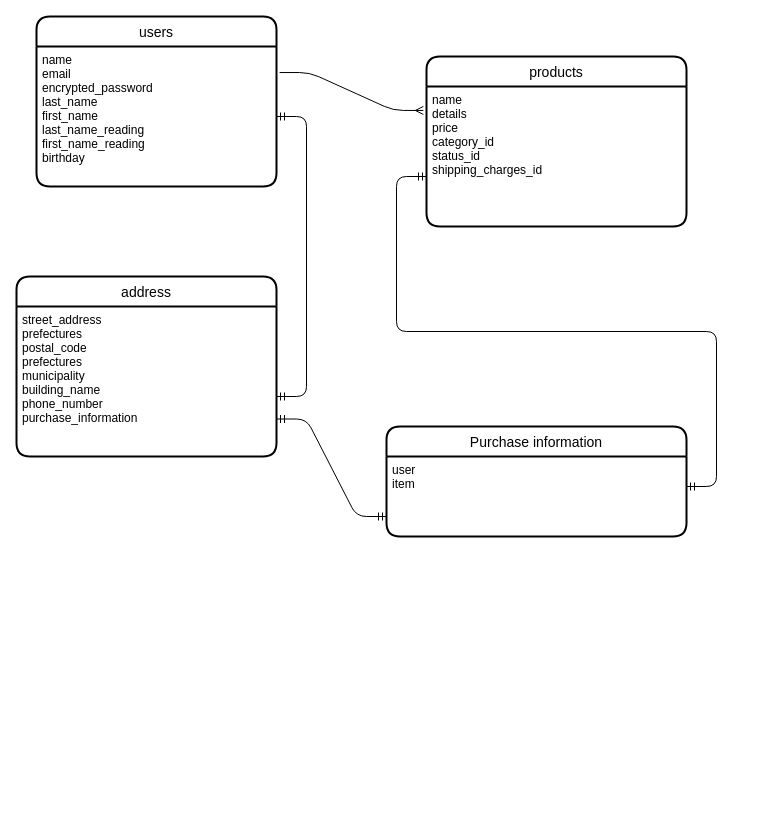
This is furima29603.dio from mugineko28/furima-29603, a draw.io file, before an edit. Source tidied: cells renumbered, new cells numbered last; positions are measured from the earlier drawing's top-left corner, leaving out a move shared by most shapes. Both pictures are drawn from the tidied source at 100%, with x=0, y=0 at pixel (16, 16).
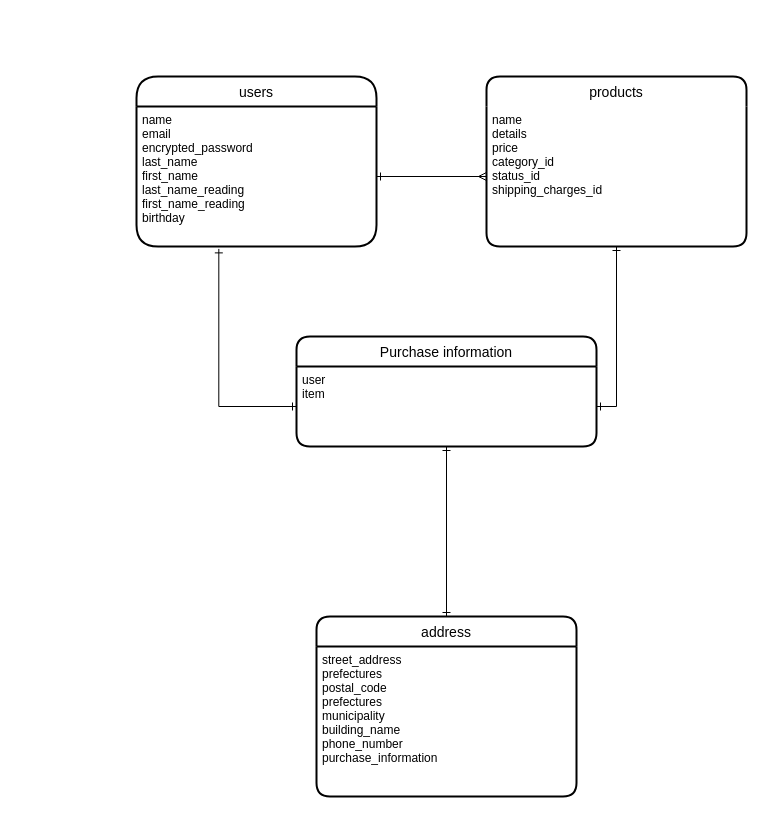
After the change.

Commit message (it also covers changes not shown here):
テーブル設計（修正４）

Diff of the diagram source:
```diff
@@
 <mxGraphModel>
   <root>
     <mxCell id="0" />
     <mxCell id="1" parent="0" />
-    <mxCell id="2" style="edgeStyle=entityRelationEdgeStyle;fontSize=12;html=1;endArrow=ERmandOne;startArrow=ERmandOne;exitX=1;exitY=0.75;exitDx=0;exitDy=0;entryX=0;entryY=0.75;entryDx=0;entryDy=0;" parent="1" edge="1" source="9" target="11">
-      <mxGeometry relative="1" as="geometry" />
-    </mxCell>
-    <mxCell id="3" value="users" style="swimlane;horizontal=1;startSize=30;rounded=1;fontSize=14;fontStyle=0;strokeWidth=2;shadow=0;dashed=0;align=center;" parent="1" vertex="1">
-      <mxGeometry x="20" width="240" height="170" as="geometry" />
+    <mxCell id="3" value="users" style="swimlane;horizontal=1;startSize=30;rounded=1;fontSize=14;fontStyle=0;strokeWidth=2;shadow=0;dashed=0;align=center;arcSize=24;" parent="1" vertex="1">
+      <mxGeometry x="120" y="60" width="240" height="170" as="geometry" />
     </mxCell>
     <mxCell id="4" value="name&#10;email&#10;encrypted_password&#10;last_name&#10;first_name&#10;last_name_reading&#10;first_name_reading&#10;birthday&#10;" style="align=left;strokeColor=none;fillColor=none;spacingLeft=4;fontSize=12;verticalAlign=top;" parent="3" vertex="1">
       <mxGeometry y="30" width="240" height="140" as="geometry" />
     </mxCell>
-    <mxCell id="5" value="products" style="swimlane;horizontal=1;startSize=30;rounded=1;fontSize=14;fontStyle=0;strokeWidth=2;shadow=0;dashed=0;align=center;" parent="1" vertex="1">
-      <mxGeometry x="410" y="40" width="260" height="170" as="geometry" />
+    <mxCell id="5" value="products" style="swimlane;horizontal=1;startSize=30;rounded=1;fontSize=14;fontStyle=0;strokeWidth=2;shadow=0;dashed=0;align=center;swimlaneLine=0;" parent="1" vertex="1">
+      <mxGeometry x="470" y="60" width="260" height="170" as="geometry" />
     </mxCell>
     <mxCell id="6" value="name&#10;details&#10;price&#10;category_id&#10;status_id&#10;shipping_charges_id&#10;&#10;&#10;" style="align=left;strokeColor=none;fillColor=none;spacingLeft=4;fontSize=12;verticalAlign=top;" parent="5" vertex="1">
       <mxGeometry y="30" width="260" height="140" as="geometry" />
     </mxCell>
-    <mxCell id="7" style="edgeStyle=entityRelationEdgeStyle;fontSize=12;html=1;endArrow=ERmandOne;startArrow=ERmandOne;" parent="5" edge="1">
-      <mxGeometry relative="1" as="geometry">
-        <mxPoint x="260" y="430" as="sourcePoint" />
-        <mxPoint y="120" as="targetPoint" />
-      </mxGeometry>
-    </mxCell>
     <mxCell id="8" value="address" style="swimlane;horizontal=1;startSize=30;rounded=1;fontSize=14;fontStyle=0;strokeWidth=2;shadow=0;dashed=0;align=center;" parent="1" vertex="1">
-      <mxGeometry y="260" width="260" height="180" as="geometry" />
+      <mxGeometry x="300" y="600" width="260" height="180" as="geometry" />
     </mxCell>
     <mxCell id="9" value="street_address&#10;prefectures&#10;postal_code&#10;prefectures&#10;municipality&#10;building_name&#10;phone_number&#10;purchase_information " style="align=left;strokeColor=none;fillColor=none;spacingLeft=4;fontSize=12;verticalAlign=top;" parent="8" vertex="1">
       <mxGeometry y="30" width="260" height="150" as="geometry" />
     </mxCell>
     <mxCell id="10" value="Purchase information" style="swimlane;horizontal=1;startSize=30;rounded=1;fontSize=14;fontStyle=0;strokeWidth=2;shadow=0;dashed=0;align=center;" parent="1" vertex="1">
-      <mxGeometry x="370" y="410" width="300" height="110" as="geometry" />
+      <mxGeometry x="280" y="320" width="300" height="110" as="geometry" />
     </mxCell>
     <mxCell id="11" value="user&#10;item" style="align=left;strokeColor=none;fillColor=none;spacingLeft=4;fontSize=12;verticalAlign=top;" parent="10" vertex="1">
       <mxGeometry y="30" width="300" height="80" as="geometry" />
     </mxCell>
-    <mxCell id="12" style="edgeStyle=entityRelationEdgeStyle;fontSize=12;html=1;endArrow=ERmandOne;startArrow=ERmandOne;" parent="1" edge="1" target="4">
-      <mxGeometry relative="1" as="geometry">
-        <mxPoint x="260" y="380" as="sourcePoint" />
-      </mxGeometry>
-    </mxCell>
-    <mxCell id="13" style="edgeStyle=entityRelationEdgeStyle;fontSize=12;html=1;endArrow=ERmany;entryX=-0.012;entryY=0.171;entryDx=0;entryDy=0;entryPerimeter=0;exitX=1.013;exitY=0.186;exitDx=0;exitDy=0;exitPerimeter=0;" parent="1" edge="1" source="4" target="6">
+    <mxCell id="13" style="edgeStyle=orthogonalEdgeStyle;rounded=0;jettySize=auto;html=1;entryX=0;entryY=0.5;entryDx=0;entryDy=0;startArrow=ERone;startFill=0;endArrow=ERmany;endFill=0;strokeWidth=1;fillColor=#FFFF00;" parent="1" edge="1" source="4" target="6">
       <mxGeometry relative="1" as="geometry" />
     </mxCell>
+    <mxCell id="14" style="edgeStyle=orthogonalEdgeStyle;rounded=0;jettySize=auto;html=1;startArrow=ERone;startFill=0;endArrow=ERone;endFill=0;strokeWidth=1;fillColor=#FFFF00;entryX=0.5;entryY=0;entryDx=0;entryDy=0;" parent="1" edge="1" source="11" target="8">
+      <mxGeometry relative="1" as="geometry" />
+    </mxCell>
+    <mxCell id="15" style="edgeStyle=orthogonalEdgeStyle;rounded=0;jettySize=auto;html=1;exitX=1;exitY=0.5;exitDx=0;exitDy=0;entryX=0.5;entryY=1;entryDx=0;entryDy=0;startArrow=ERone;startFill=0;endArrow=ERone;endFill=0;strokeWidth=1;fillColor=#FFFF00;" parent="1" edge="1" source="11" target="6">
+      <mxGeometry relative="1" as="geometry" />
+    </mxCell>
+    <mxCell id="16" style="edgeStyle=orthogonalEdgeStyle;rounded=0;jettySize=auto;html=1;exitX=0;exitY=0.5;exitDx=0;exitDy=0;startArrow=ERone;startFill=0;endArrow=ERone;endFill=0;strokeWidth=1;fillColor=#FFFF00;entryX=0.343;entryY=1.017;entryDx=0;entryDy=0;entryPerimeter=0;" parent="1" edge="1" source="11" target="4">
+      <mxGeometry relative="1" as="geometry" />
+    </mxCell>
   </root>
 </mxGraphModel>
```
